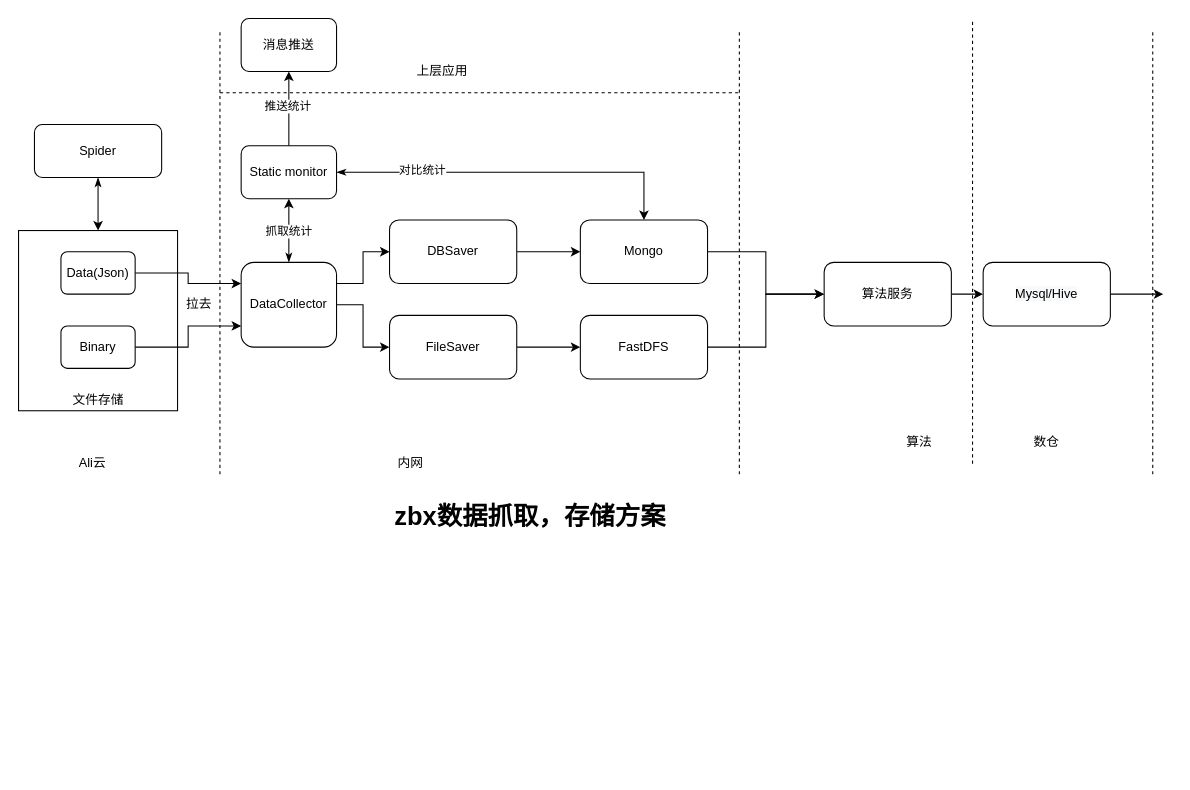
Above: Untitled Diagram.drawio in wiesel2/drawiorepo (draw.io), before the change. Source tidied: cells renumbered, new cells numbered last; positions are measured from the earlier drawing's top-left corner, leaving out a move shared by most shapes. Both pictures are drawn from the tidied source at 106%, with x=0, y=0 at pixel (18, 18).
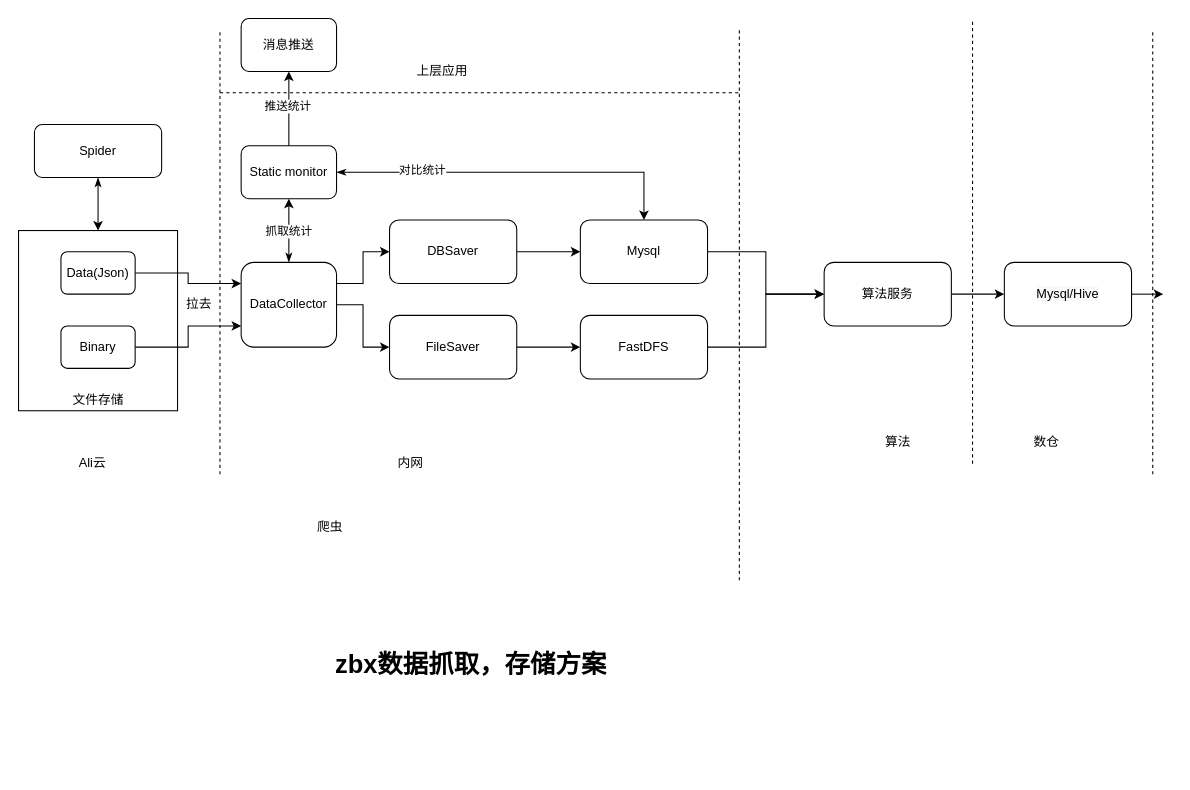
The same page after the edit.

Change to the diagram source:
```diff
@@
-    <mxCell id="20" value="Mongo" style="rounded=1;whiteSpace=wrap;html=1;" parent="1" vertex="1">
+    <mxCell id="20" value="Mysql" style="rounded=1;whiteSpace=wrap;html=1;" parent="1" vertex="1">
       <mxGeometry x="530" y="190" width="120" height="60" as="geometry" />
     </mxCell>
@@
     <mxCell id="35" style="endArrow=none;dashed=1;html=1;" parent="1" edge="1">
       <mxGeometry relative="1" as="geometry">
-        <mxPoint x="680" y="430" as="sourcePoint" />
+        <mxPoint x="680" y="530" as="sourcePoint" />
         <mxPoint x="680" y="10" as="targetPoint" />
       </mxGeometry>
     </mxCell>
@@
     <mxCell id="37" value="&#10;&#10;&lt;span style=&quot;color: rgb(0, 0, 0); font-family: helvetica; font-size: 12px; font-style: normal; font-weight: 400; letter-spacing: normal; text-align: center; text-indent: 0px; text-transform: none; word-spacing: 0px; background-color: rgb(248, 249, 250); display: inline; float: none;&quot;&gt;Mysql/Hive&lt;/span&gt;&#10;&#10;" style="rounded=1;whiteSpace=wrap;html=1;" parent="1" vertex="1">
-      <mxGeometry x="910" y="230" width="120" height="60" as="geometry" />
+      <mxGeometry x="930" y="230" width="120" height="60" as="geometry" />
     </mxCell>
     <mxCell id="38" value="算法" style="text;html=1;strokeColor=none;fillColor=none;align=center;verticalAlign=middle;whiteSpace=wrap;rounded=0;" parent="1" vertex="1">
-      <mxGeometry x="830" y="390" width="40" height="20" as="geometry" />
+      <mxGeometry x="810" y="390" width="40" height="20" as="geometry" />
     </mxCell>
@@
     <mxCell id="41" value="&lt;h1&gt;zbx数据抓取，存储方案&lt;/h1&gt;&lt;p&gt;&lt;br&gt;&lt;/p&gt;" style="text;html=1;strokeColor=none;fillColor=none;spacing=5;spacingTop=-20;whiteSpace=wrap;overflow=hidden;rounded=0;" parent="1" vertex="1">
-      <mxGeometry x="350" y="450" width="330" height="120" as="geometry" />
+      <mxGeometry x="294" y="590" width="330" height="120" as="geometry" />
     </mxCell>
@@
+    <mxCell id="45" value="爬虫" style="text;html=1;strokeColor=none;fillColor=none;align=center;verticalAlign=middle;whiteSpace=wrap;rounded=0;" parent="1" vertex="1">
+      <mxGeometry x="274" y="470" width="40" height="20" as="geometry" />
+    </mxCell>
```
